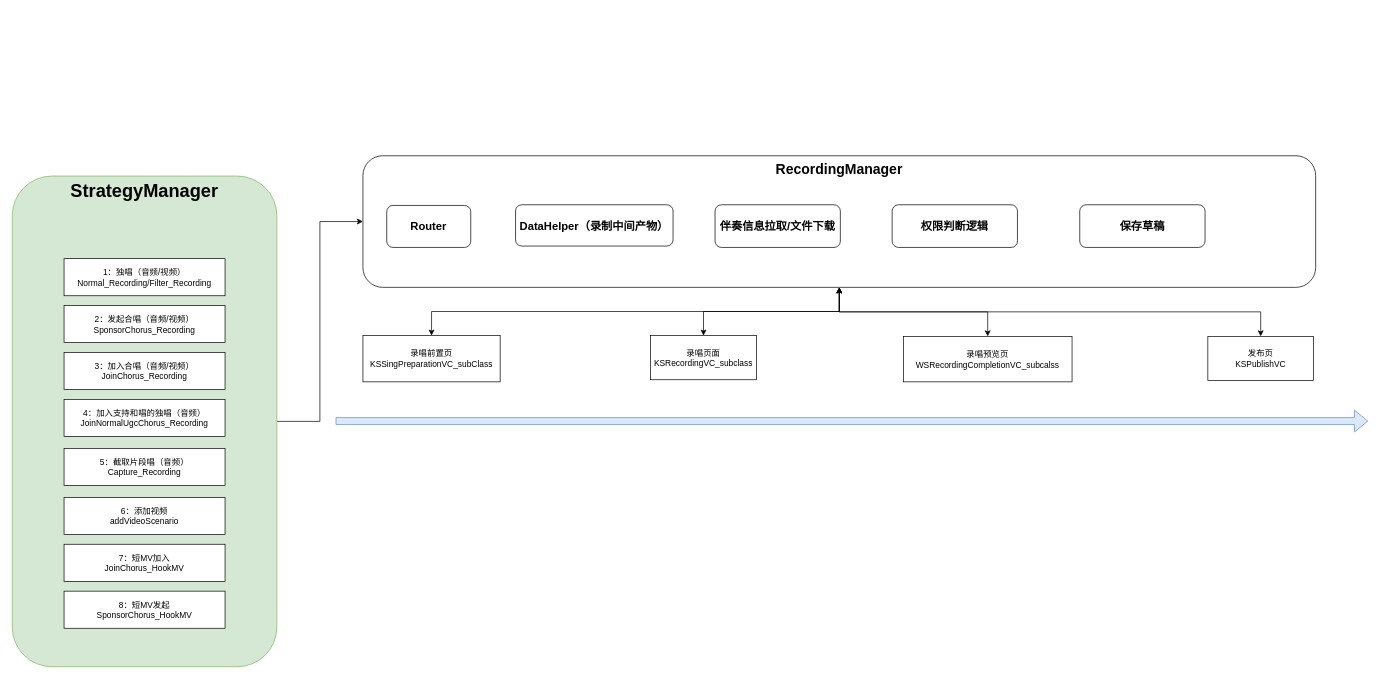
The draw.io diagram newre.drawio in MolierQueen/Xmind, before the edit. Source tidied: cells renumbered, new cells numbered last; positions are measured from the earlier drawing's top-left corner, leaving out a move shared by most shapes. Both pictures are drawn from the tidied source at 70%, with x=0, y=0 at pixel (12, 155).
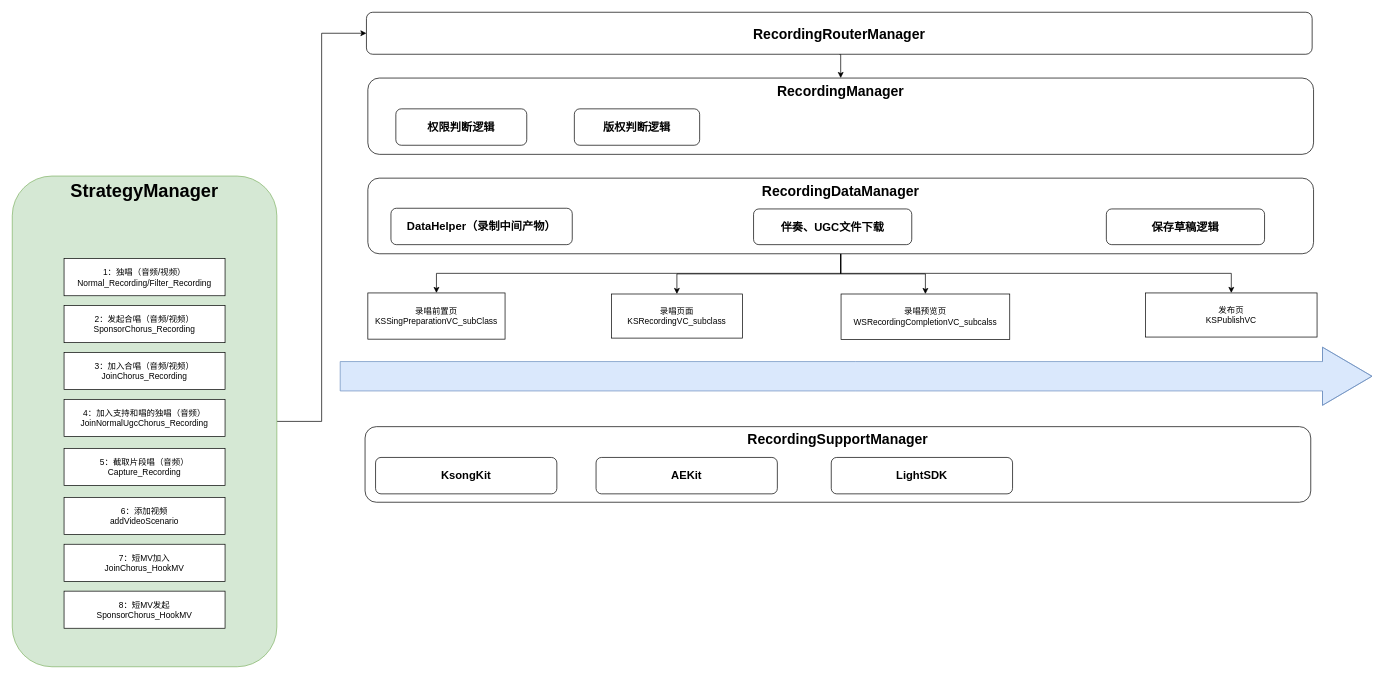
The same page after the edit.

The change refers to these unchanged cells:
```xml
<mxCell id="3" value="&lt;b&gt;&lt;font style=&quot;font-size: 26px&quot;&gt;StrategyManager&lt;/font&gt;&lt;/b&gt;" style="rounded=1;whiteSpace=wrap;html=1;verticalAlign=top;fillColor=#d5e8d4;strokeColor=#82b366;" parent="1" vertex="1">
  <mxGeometry y="29" width="378" height="701" as="geometry" />
</mxCell>
```

Change to the diagram source:
```diff
@@
-    <mxCell id="2" style="edgeStyle=orthogonalEdgeStyle;rounded=0;jettySize=auto;html=1;exitX=1;exitY=0.5;exitDx=0;exitDy=0;entryX=0;entryY=0.5;entryDx=0;entryDy=0;fontSize=16;" parent="1" edge="1" source="3" target="15">
-      <mxGeometry relative="1" as="geometry" />
-    </mxCell>
+    <mxCell id="30" style="edgeStyle=orthogonalEdgeStyle;rounded=0;jettySize=auto;html=1;exitX=1;exitY=0.5;exitDx=0;exitDy=0;entryX=0;entryY=0.5;entryDx=0;entryDy=0;" parent="1" edge="1" source="3" target="36">
+      <mxGeometry relative="1" as="geometry" />
+    </mxCell>
@@
     <mxCell id="15" value="&lt;b&gt;&lt;font style=&quot;font-size: 20px&quot;&gt;RecordingManager&lt;/font&gt;&lt;/b&gt;" style="rounded=1;whiteSpace=wrap;html=1;verticalAlign=top;" parent="1" vertex="1">
-      <mxGeometry x="501" width="1361" height="188" as="geometry" />
+      <mxGeometry x="508" y="-111" width="1351" height="109" as="geometry" />
     </mxCell>
-    <mxCell id="16" style="edgeStyle=orthogonalEdgeStyle;rounded=0;jettySize=auto;html=1;exitX=0.5;exitY=0;exitDx=0;exitDy=0;entryX=0.5;entryY=1;entryDx=0;entryDy=0;fontSize=16;startArrow=classic;startFill=1;" parent="1" edge="1" source="17" target="15">
-      <mxGeometry relative="1" as="geometry" />
-    </mxCell>
     <mxCell id="17" value="&lt;div&gt;录唱前置页&lt;/div&gt;&lt;div&gt;KSSingPreparationVC_subClass&lt;/div&gt;" style="rounded=0;whiteSpace=wrap;html=1;" parent="1" vertex="1">
-      <mxGeometry x="501" y="257" width="196" height="66" as="geometry" />
+      <mxGeometry x="508" y="196" width="196" height="66" as="geometry" />
     </mxCell>
-    <mxCell id="18" value="Router" style="rounded=1;whiteSpace=wrap;html=1;verticalAlign=middle;fontStyle=1;fontSize=16;" parent="1" vertex="1">
-      <mxGeometry x="535" y="71" width="120" height="60" as="geometry" />
-    </mxCell>
-    <mxCell id="19" value="DataHelper（录制中间产物）" style="rounded=1;whiteSpace=wrap;html=1;verticalAlign=middle;fontStyle=1;fontSize=16;" parent="1" vertex="1">
-      <mxGeometry x="719" y="70" width="225" height="59" as="geometry" />
-    </mxCell>
-    <mxCell id="20" value="伴奏信息拉取/文件下载" style="rounded=1;whiteSpace=wrap;html=1;verticalAlign=middle;fontStyle=1;fontSize=16;" parent="1" vertex="1">
-      <mxGeometry x="1004" y="70" width="179" height="61" as="geometry" />
-    </mxCell>
-    <mxCell id="21" style="edgeStyle=orthogonalEdgeStyle;rounded=0;jettySize=auto;html=1;exitX=0.5;exitY=0;exitDx=0;exitDy=0;entryX=0.5;entryY=1;entryDx=0;entryDy=0;fontSize=16;startArrow=classic;startFill=1;" parent="1" edge="1" source="22" target="15">
-      <mxGeometry relative="1" as="geometry" />
-    </mxCell>
     <mxCell id="22" value="录唱页面&lt;br&gt;KSRecordingVC_subclass" style="rounded=0;whiteSpace=wrap;html=1;" parent="1" vertex="1">
-      <mxGeometry x="912" y="257" width="151" height="63" as="geometry" />
+      <mxGeometry x="856" y="197.5" width="187" height="63" as="geometry" />
     </mxCell>
-    <mxCell id="23" style="edgeStyle=orthogonalEdgeStyle;rounded=0;jettySize=auto;html=1;exitX=0.5;exitY=0;exitDx=0;exitDy=0;entryX=0.5;entryY=1;entryDx=0;entryDy=0;fontSize=16;startArrow=classic;startFill=1;" parent="1" edge="1" source="24" target="15">
-      <mxGeometry relative="1" as="geometry" />
-    </mxCell>
     <mxCell id="24" value="录唱预览页&lt;br&gt;WSRecordingCompletionVC_subcalss" style="rounded=0;whiteSpace=wrap;html=1;" parent="1" vertex="1">
-      <mxGeometry x="1273" y="258" width="241" height="65" as="geometry" />
+      <mxGeometry x="1184" y="197.5" width="241" height="65" as="geometry" />
     </mxCell>
-    <mxCell id="25" style="edgeStyle=orthogonalEdgeStyle;rounded=0;jettySize=auto;html=1;exitX=0.5;exitY=0;exitDx=0;exitDy=0;entryX=0.5;entryY=1;entryDx=0;entryDy=0;fontSize=16;startArrow=classic;startFill=1;" parent="1" edge="1" source="26" target="15">
-      <mxGeometry relative="1" as="geometry" />
-    </mxCell>
     <mxCell id="26" value="发布页&#10;KSPublishVC" style="rounded=0;whiteSpace=wrap;html=1;" parent="1" vertex="1">
-      <mxGeometry x="1708" y="258" width="151" height="63" as="geometry" />
+      <mxGeometry x="1619" y="196" width="245" height="63" as="geometry" />
     </mxCell>
-    <mxCell id="27" style="shape=flexArrow;endArrow=classic;html=1;fontSize=16;fillColor=#dae8fc;strokeColor=#6c8ebf;" parent="1" edge="1">
+    <mxCell id="27" style="shape=flexArrow;endArrow=classic;html=1;fontSize=16;fillColor=#dae8fc;strokeColor=#6c8ebf;endWidth=40;endSize=23.235294117647058;width=42;" parent="1" edge="1">
       <mxGeometry relative="1" as="geometry">
-        <mxPoint x="462" y="379" as="sourcePoint" />
-        <mxPoint x="1937" y="379" as="targetPoint" />
+        <mxPoint x="468" y="315" as="sourcePoint" />
+        <mxPoint x="1943" y="315" as="targetPoint" />
+        <Array as="points">
+          <mxPoint x="1205" y="315" />
+        </Array>
       </mxGeometry>
     </mxCell>
     <mxCell id="28" value="权限判断逻辑" style="rounded=1;whiteSpace=wrap;html=1;verticalAlign=middle;fontStyle=1;fontSize=16;" parent="1" vertex="1">
-      <mxGeometry x="1257" y="70" width="179" height="61" as="geometry" />
+      <mxGeometry x="548" y="-67" width="187" height="52" as="geometry" />
     </mxCell>
+    <mxCell id="31" style="edgeStyle=orthogonalEdgeStyle;rounded=0;jettySize=auto;html=1;exitX=0.5;exitY=1;exitDx=0;exitDy=0;fontSize=20;" parent="1" edge="1" source="29" target="17">
+      <mxGeometry relative="1" as="geometry" />
+    </mxCell>
+    <mxCell id="32" style="edgeStyle=orthogonalEdgeStyle;rounded=0;jettySize=auto;html=1;exitX=0.5;exitY=1;exitDx=0;exitDy=0;entryX=0.5;entryY=0;entryDx=0;entryDy=0;fontSize=20;" parent="1" edge="1" source="29" target="22">
+      <mxGeometry relative="1" as="geometry" />
+    </mxCell>
+    <mxCell id="33" style="edgeStyle=orthogonalEdgeStyle;rounded=0;jettySize=auto;html=1;exitX=0.5;exitY=1;exitDx=0;exitDy=0;entryX=0.5;entryY=0;entryDx=0;entryDy=0;fontSize=20;" parent="1" edge="1" source="29" target="24">
+      <mxGeometry relative="1" as="geometry" />
+    </mxCell>
+    <mxCell id="34" style="edgeStyle=orthogonalEdgeStyle;rounded=0;jettySize=auto;html=1;exitX=0.5;exitY=1;exitDx=0;exitDy=0;entryX=0.5;entryY=0;entryDx=0;entryDy=0;fontSize=20;" parent="1" edge="1" source="29" target="26">
+      <mxGeometry relative="1" as="geometry" />
+    </mxCell>
-    <mxCell id="29" value="保存草稿" style="rounded=1;whiteSpace=wrap;html=1;verticalAlign=middle;fontStyle=1;fontSize=16;" parent="1" vertex="1">
-      <mxGeometry x="1525" y="70" width="179" height="61" as="geometry" />
+    <mxCell id="29" value="&lt;font style=&quot;font-size: 20px&quot;&gt;RecordingDataManager&lt;/font&gt;" style="rounded=1;whiteSpace=wrap;html=1;verticalAlign=top;fontStyle=1;fontSize=16;" parent="1" vertex="1">
+      <mxGeometry x="508" y="32" width="1351" height="108" as="geometry" />
     </mxCell>
+    <mxCell id="35" style="edgeStyle=orthogonalEdgeStyle;rounded=0;jettySize=auto;html=1;exitX=0.5;exitY=1;exitDx=0;exitDy=0;entryX=0.5;entryY=0;entryDx=0;entryDy=0;" parent="1" edge="1" source="36" target="15">
+      <mxGeometry relative="1" as="geometry" />
+    </mxCell>
+    <mxCell id="36" value="RecordingRouterManager" style="rounded=1;whiteSpace=wrap;html=1;verticalAlign=middle;fontStyle=1;fontSize=20;" parent="1" vertex="1">
+      <mxGeometry x="506" y="-205" width="1351" height="60" as="geometry" />
+    </mxCell>
+    <mxCell id="19" value="DataHelper（录制中间产物）" style="rounded=1;whiteSpace=wrap;html=1;verticalAlign=middle;fontStyle=1;fontSize=16;" parent="1" vertex="1">
+      <mxGeometry x="541" y="75" width="259" height="52" as="geometry" />
+    </mxCell>
+    <mxCell id="20" value="伴奏、UGC文件下载" style="rounded=1;whiteSpace=wrap;html=1;verticalAlign=middle;fontStyle=1;fontSize=16;" parent="1" vertex="1">
+      <mxGeometry x="1059" y="76" width="226" height="51" as="geometry" />
+    </mxCell>
+    <mxCell id="37" value="保存草稿逻辑" style="rounded=1;whiteSpace=wrap;html=1;verticalAlign=middle;fontStyle=1;fontSize=16;" parent="1" vertex="1">
+      <mxGeometry x="1563" y="76" width="226" height="51" as="geometry" />
+    </mxCell>
+    <mxCell id="38" value="版权判断逻辑" style="rounded=1;whiteSpace=wrap;html=1;verticalAlign=middle;fontStyle=1;fontSize=16;" parent="1" vertex="1">
+      <mxGeometry x="803" y="-67" width="179" height="52" as="geometry" />
+    </mxCell>
+    <mxCell id="39" value="&lt;font style=&quot;font-size: 20px&quot;&gt;RecordingSupportManager&lt;/font&gt;" style="rounded=1;whiteSpace=wrap;html=1;verticalAlign=top;fontStyle=1;fontSize=16;" parent="1" vertex="1">
+      <mxGeometry x="504" y="387" width="1351" height="108" as="geometry" />
+    </mxCell>
+    <mxCell id="40" value="KsongKit" style="rounded=1;whiteSpace=wrap;html=1;verticalAlign=middle;fontStyle=1;fontSize=16;" parent="1" vertex="1">
+      <mxGeometry x="519" y="431" width="259" height="52" as="geometry" />
+    </mxCell>
+    <mxCell id="41" value="AEKit" style="rounded=1;whiteSpace=wrap;html=1;verticalAlign=middle;fontStyle=1;fontSize=16;" parent="1" vertex="1">
+      <mxGeometry x="834" y="431" width="259" height="52" as="geometry" />
+    </mxCell>
+    <mxCell id="42" value="LightSDK" style="rounded=1;whiteSpace=wrap;html=1;verticalAlign=middle;fontStyle=1;fontSize=16;" parent="1" vertex="1">
+      <mxGeometry x="1170" y="431" width="259" height="52" as="geometry" />
+    </mxCell>
```
